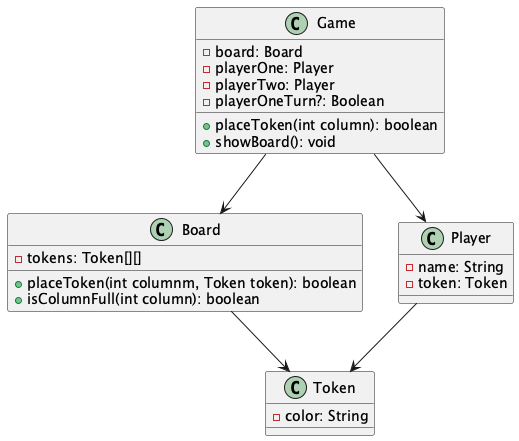
The PlantUML diagram uml-diagram.png in alain-chevanier/connect-four-myp-20261, before a commit. Its diagram source:
```plantuml
@startuml
class Board {
        - tokens: Token[][]
        + placeToken(int columnm, Token token): boolean
        + isColumnFull(int column): boolean

}
class Token {
        - color: String
}
class Player {
        - name: String
        - token: Token
}
class Game {
        - board: Board
        - playerOne: Player
        - playerTwo: Player
        - playerOneTurn?: Boolean
        + placeToken(int column): boolean
        + showBoard(): void
}

Game --> Board
Game --> Player
Board--> Token
Player --> Token
@enduml
```
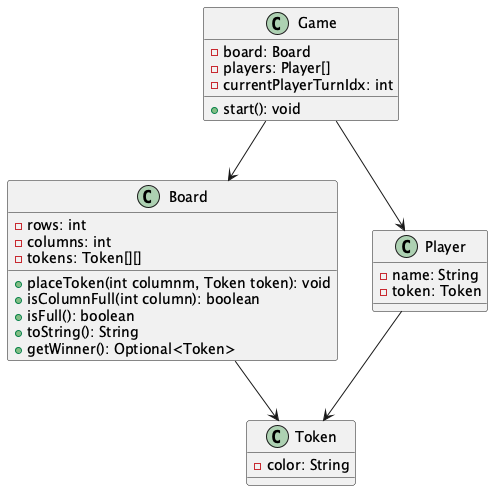
The same file after the commit.

Diff of the diagram source:
```diff
@@ -1,8 +1,13 @@
 @startuml
 class Board {
+        - rows: int
+        - columns: int
         - tokens: Token[][]
-        + placeToken(int columnm, Token token): boolean
+        + placeToken(int columnm, Token token): void
         + isColumnFull(int column): boolean
+        + isFull(): boolean
+        + toString(): String
+        + getWinner(): Optional<Token>
 
 }
 class Token {
@@ -14,11 +19,9 @@
 }
 class Game {
         - board: Board
-        - playerOne: Player
-        - playerTwo: Player
-        - playerOneTurn?: Boolean
-        + placeToken(int column): boolean
-        + showBoard(): void
+        - players: Player[]
+        - currentPlayerTurnIdx: int
+        + start(): void
 }
 
 Game --> Board
```
